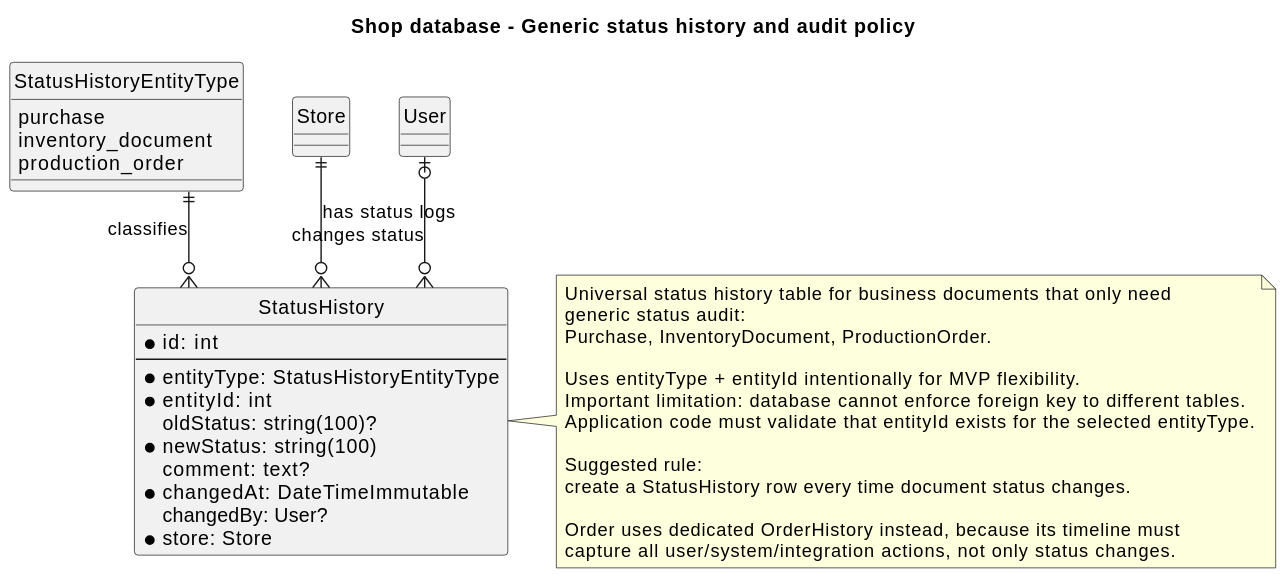
This is src/Uml/database/09_Status_And_Audit.svg from Tolik1794/shop, a PlantUML export, as it was before one commit. Its diagram source:
```plantuml
@startuml
title Shop database - Generic status history and audit policy

!include ./_common.puml

enum StatusHistoryEntityType {
    purchase
    inventory_document
    production_order
}

entity StatusHistory {
    * id: int
    --
    * entityType: StatusHistoryEntityType
    * entityId: int
    oldStatus: string(100)?
    * newStatus: string(100)
    comment: text?
    * changedAt: DateTimeImmutable
    changedBy: User?
    * store: Store
}


Store ||--o{ StatusHistory : has status logs
User |o--o{ StatusHistory : changes status
StatusHistoryEntityType ||--o{ StatusHistory : classifies

note right of StatusHistory
  Universal status history table for business documents that only need
  generic status audit:
  Purchase, InventoryDocument, ProductionOrder.

  Uses entityType + entityId intentionally for MVP flexibility.
  Important limitation: database cannot enforce foreign key to different tables.
  Application code must validate that entityId exists for the selected entityType.

  Suggested rule:
  create a StatusHistory row every time document status changes.

  Order uses dedicated OrderHistory instead, because its timeline must
  capture all user/system/integration actions, not only status changes.
end note
@enduml
```
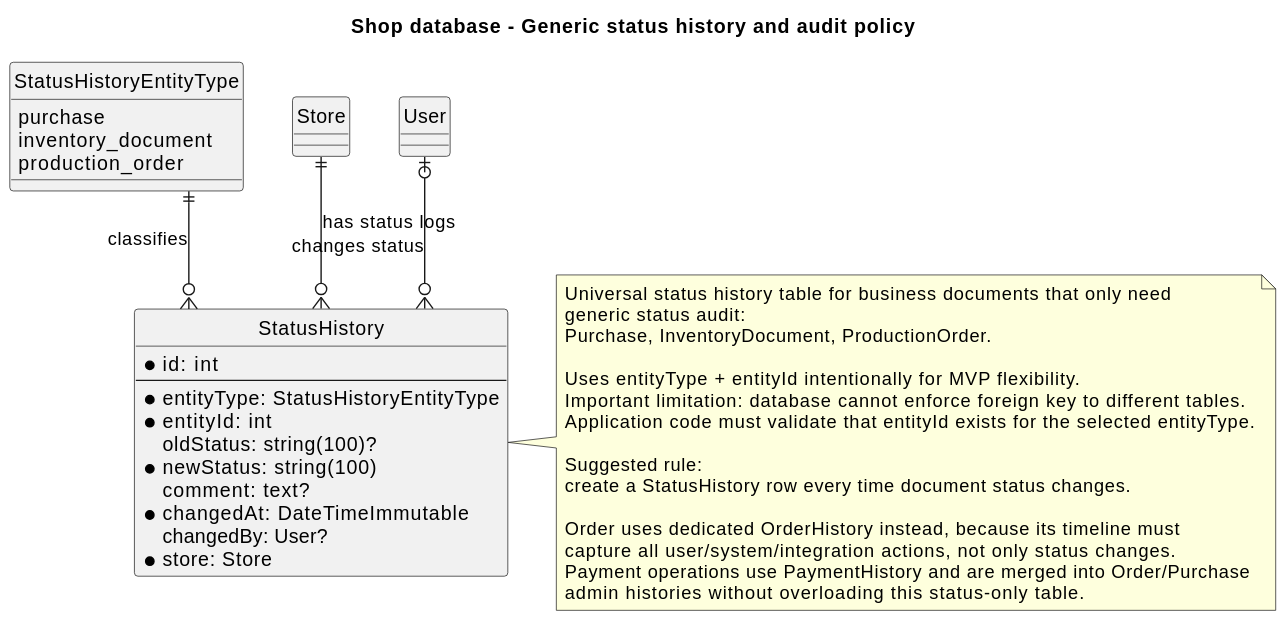
The same diagram one commit later.

Diff of the diagram source:
```diff
@@ -41,5 +41,7 @@
 
   Order uses dedicated OrderHistory instead, because its timeline must
   capture all user/system/integration actions, not only status changes.
+  Payment operations use PaymentHistory and are merged into Order/Purchase
+  admin histories without overloading this status-only table.
 end note
 @enduml
```
